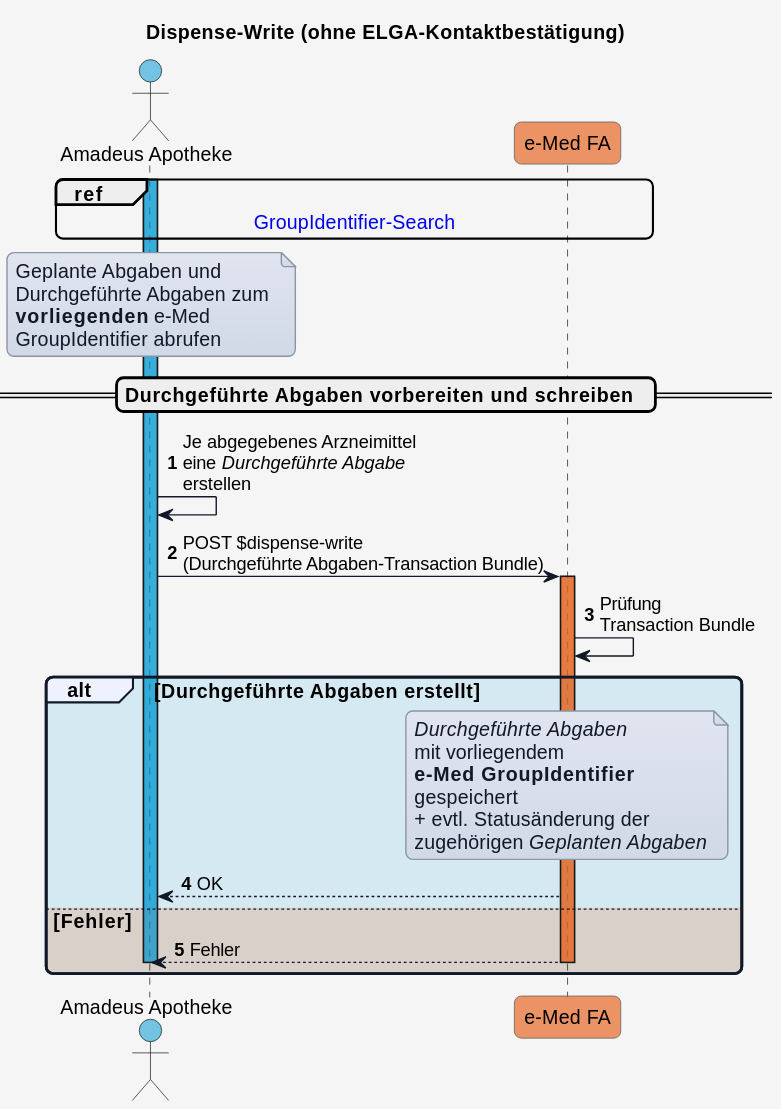
Earlier version of the PlantUML export input/images/plantuml/UC_eMed_05_01_b.svg (HL7Austria/ELGA-e-Medikation-R4).
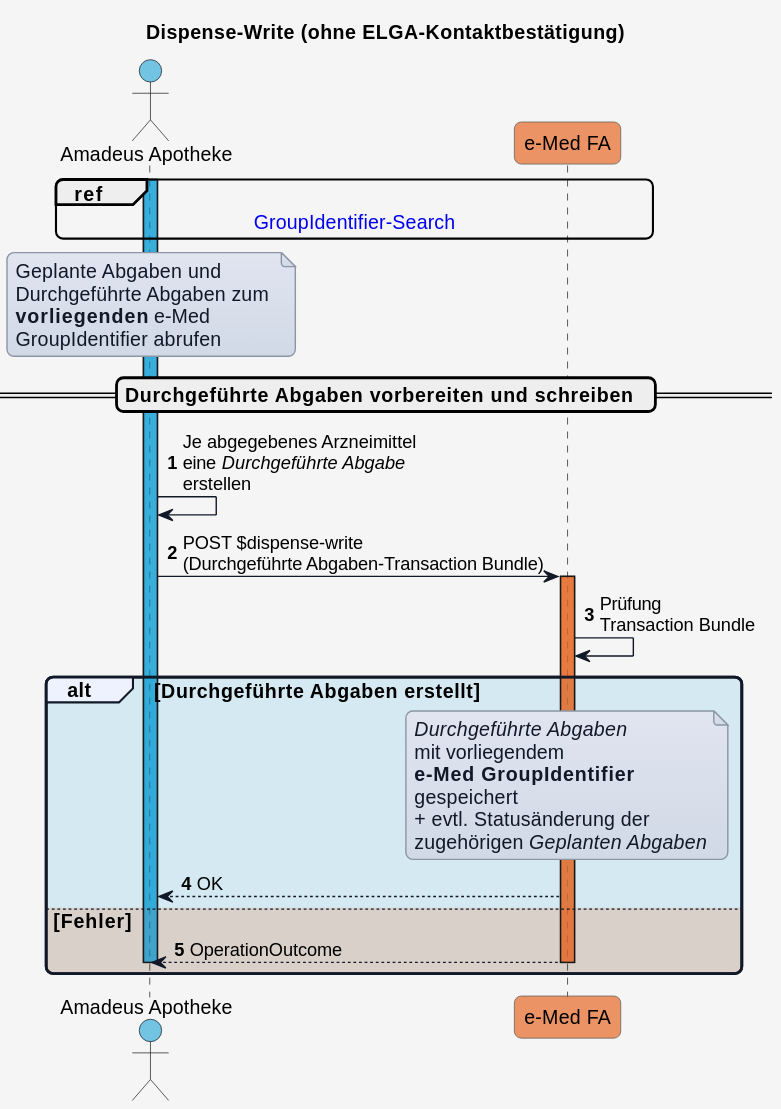
Above is the later version.

The edit, as a diff of the source:
```diff
@@ -85,7 +85,7 @@
   eMed_FA --> GDA_Apo: OK
 
 else COLOR_ERROR Fehler
-  eMed_FA --> GDA_Apo: Fehler
+  eMed_FA --> GDA_Apo: OperationOutcome
   deactivate eMed_FA
   deactivate GDA_Apo
 
```
